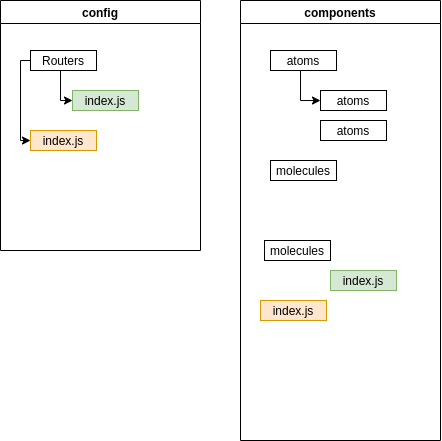
This is Flow directory project ReactJS.png from ahmadfaqih-dev/Flowchart, a draw.io export, as it was before one commit. Source tidied: cells renumbered, new cells last; positions are measured from the earlier drawing's top-left corner, leaving out a move shared by most shapes.
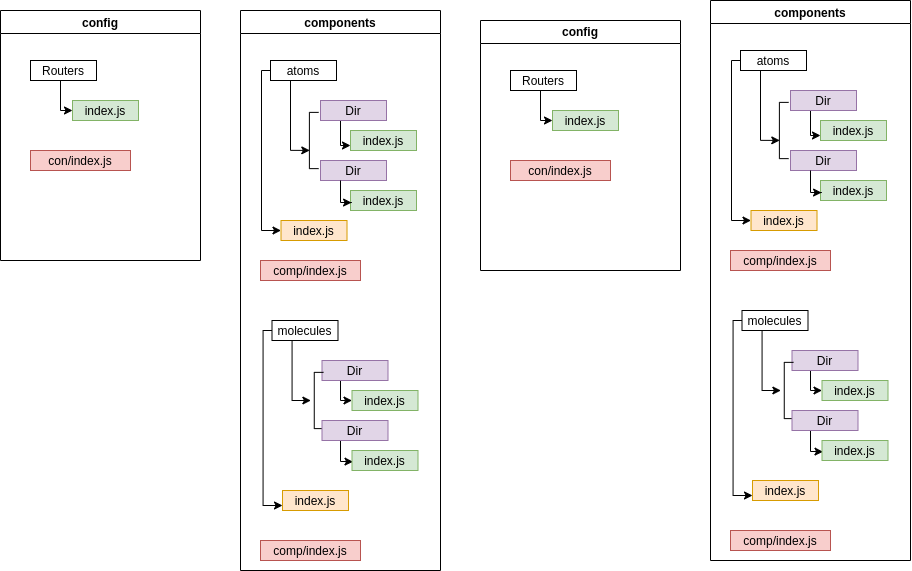
The same diagram one commit later.

Change to the diagram source:
```diff
@@ -12,54 +12,257 @@
         </Array>
       </mxGeometry>
     </mxCell>
-    <mxCell id="4" style="edgeStyle=orthogonalEdgeStyle;rounded=0;jettySize=auto;html=1;" parent="2" edge="1" source="5">
-      <mxGeometry relative="1" as="geometry">
-        <mxPoint x="30" y="140" as="targetPoint" />
-        <Array as="points">
-          <mxPoint x="20" y="60" />
-          <mxPoint x="20" y="140" />
-        </Array>
-      </mxGeometry>
-    </mxCell>
     <mxCell id="5" value="Routers" parent="2" vertex="1">
       <mxGeometry x="30" y="50" width="66" height="20" as="geometry" />
     </mxCell>
     <mxCell id="6" value="index.js" style="fillColor=#d5e8d4;strokeColor=#82b366;" parent="2" vertex="1">
       <mxGeometry x="72" y="90" width="66" height="20" as="geometry" />
     </mxCell>
-    <mxCell id="7" value="index.js" style="fillColor=#ffe6cc;strokeColor=#d79b00;" parent="2" vertex="1">
-      <mxGeometry x="30" y="130" width="66" height="20" as="geometry" />
-    </mxCell>
+    <mxCell id="17" value="con/index.js" style="fillColor=#f8cecc;strokeColor=#b85450;" parent="2" vertex="1">
+      <mxGeometry x="30" y="140" width="100" height="20" as="geometry" />
+    </mxCell>
     <mxCell id="8" value="components" style="swimlane;whiteSpace=wrap;startSize=23;align=center;" parent="1" vertex="1">
-      <mxGeometry x="240" width="200" height="440" as="geometry" />
+      <mxGeometry x="710" y="-10" width="200" height="560" as="geometry" />
     </mxCell>
-    <mxCell id="9" style="edgeStyle=orthogonalEdgeStyle;rounded=0;jettySize=auto;html=1;" parent="8" edge="1" source="10" target="14">
-      <mxGeometry relative="1" as="geometry">
-        <Array as="points">
-          <mxPoint x="60" y="100" />
-        </Array>
-      </mxGeometry>
-    </mxCell>
+    <mxCell id="18" style="edgeStyle=orthogonalEdgeStyle;rounded=0;jettySize=auto;html=1;entryX=0;entryY=0.5;entryDx=0;entryDy=0;" parent="8" edge="1" source="10" target="33">
+      <mxGeometry relative="1" as="geometry">
+        <Array as="points">
+          <mxPoint x="21" y="60" />
+          <mxPoint x="21" y="220" />
+        </Array>
+      </mxGeometry>
+    </mxCell>
     <mxCell id="10" value="atoms" parent="8" vertex="1">
       <mxGeometry x="30" y="50" width="66" height="20" as="geometry" />
     </mxCell>
-    <mxCell id="11" value="index.js" style="fillColor=#d5e8d4;strokeColor=#82b366;" parent="8" vertex="1">
-      <mxGeometry x="90" y="270" width="66" height="20" as="geometry" />
-    </mxCell>
-    <mxCell id="12" value="index.js" style="fillColor=#ffe6cc;strokeColor=#d79b00;" parent="8" vertex="1">
-      <mxGeometry x="20" y="300" width="66" height="20" as="geometry" />
-    </mxCell>
-    <mxCell id="13" value="molecules" parent="8" vertex="1">
-      <mxGeometry x="24" y="240" width="66" height="20" as="geometry" />
-    </mxCell>
+    <mxCell id="19" style="edgeStyle=orthogonalEdgeStyle;rounded=0;jettySize=auto;html=1;entryX=0;entryY=0.75;entryDx=0;entryDy=0;" parent="8" edge="1" source="14" target="21">
+      <mxGeometry relative="1" as="geometry">
+        <Array as="points">
+          <mxPoint x="100" y="135" />
+        </Array>
+      </mxGeometry>
+    </mxCell>
-    <mxCell id="14" value="atoms" parent="8" vertex="1">
+    <mxCell id="14" value="Dir" style="fillColor=#e1d5e7;strokeColor=#9673a6;" parent="8" vertex="1">
       <mxGeometry x="80" y="90" width="66" height="20" as="geometry" />
     </mxCell>
-    <mxCell id="15" value="atoms" parent="8" vertex="1">
-      <mxGeometry x="80" y="120" width="66" height="20" as="geometry" />
+    <mxCell id="15" value="Dir" style="fillColor=#e1d5e7;strokeColor=#9673a6;" parent="8" vertex="1">
+      <mxGeometry x="80" y="150" width="66" height="20" as="geometry" />
     </mxCell>
+    <mxCell id="20" style="edgeStyle=orthogonalEdgeStyle;rounded=0;jettySize=auto;html=1;entryX=0;entryY=0.75;entryDx=0;entryDy=0;" parent="8" edge="1" source="16" target="12">
+      <mxGeometry relative="1" as="geometry">
+        <Array as="points">
+          <mxPoint x="22.5" y="320" />
+          <mxPoint x="22.5" y="495" />
+        </Array>
+      </mxGeometry>
+    </mxCell>
     <mxCell id="16" value="molecules" parent="8" vertex="1">
-      <mxGeometry x="30" y="160" width="66" height="20" as="geometry" />
+      <mxGeometry x="31.5" y="310" width="66" height="20" as="geometry" />
     </mxCell>
+    <mxCell id="21" value="index.js" style="fillColor=#d5e8d4;strokeColor=#82b366;" parent="8" vertex="1">
+      <mxGeometry x="110" y="120" width="66" height="20" as="geometry" />
+    </mxCell>
+    <mxCell id="22" value="index.js" style="fillColor=#d5e8d4;strokeColor=#82b366;" parent="8" vertex="1">
+      <mxGeometry x="110" y="180" width="66" height="20" as="geometry" />
+    </mxCell>
+    <mxCell id="23" style="shape=partialRectangle;whiteSpace=wrap;html=1;bottom=1;right=1;left=1;top=0;fillColor=none;routingCenterX=-0.5;align=center;rotation=90;" parent="8" vertex="1">
+      <mxGeometry x="45.4" y="125.4" width="56.2" height="9.2" as="geometry" />
+    </mxCell>
+    <mxCell id="24" style="edgeStyle=orthogonalEdgeStyle;rounded=0;jettySize=auto;html=1;entryX=0.676;entryY=0.957;entryDx=0;entryDy=0;entryPerimeter=0;" parent="8" edge="1" source="10" target="23">
+      <mxGeometry relative="1" as="geometry">
+        <Array as="points">
+          <mxPoint x="50" y="140" />
+        </Array>
+      </mxGeometry>
+    </mxCell>
+    <mxCell id="25" style="edgeStyle=orthogonalEdgeStyle;rounded=0;jettySize=auto;html=1;" parent="8" edge="1" source="26" target="30">
+      <mxGeometry relative="1" as="geometry">
+        <Array as="points">
+          <mxPoint x="100" y="390" />
+        </Array>
+      </mxGeometry>
+    </mxCell>
+    <mxCell id="26" value="Dir" style="fillColor=#e1d5e7;strokeColor=#9673a6;" parent="8" vertex="1">
+      <mxGeometry x="81.5" y="350" width="66" height="20" as="geometry" />
+    </mxCell>
+    <mxCell id="27" style="shape=partialRectangle;whiteSpace=wrap;html=1;bottom=1;right=1;left=1;top=0;fillColor=none;routingCenterX=-0.5;align=center;rotation=90;" parent="8" vertex="1">
+      <mxGeometry x="50.3" y="385.4" width="56.2" height="9.2" as="geometry" />
+    </mxCell>
+    <mxCell id="28" style="edgeStyle=orthogonalEdgeStyle;rounded=0;jettySize=auto;html=1;entryX=0.015;entryY=0.564;entryDx=0;entryDy=0;entryPerimeter=0;" parent="8" edge="1" source="29" target="31">
+      <mxGeometry relative="1" as="geometry">
+        <Array as="points">
+          <mxPoint x="100" y="451" />
+          <mxPoint x="113" y="451" />
+        </Array>
+      </mxGeometry>
+    </mxCell>
+    <mxCell id="29" value="Dir" style="fillColor=#e1d5e7;strokeColor=#9673a6;" parent="8" vertex="1">
+      <mxGeometry x="81.5" y="410" width="66" height="20" as="geometry" />
+    </mxCell>
+    <mxCell id="30" value="index.js" style="fillColor=#d5e8d4;strokeColor=#82b366;" parent="8" vertex="1">
+      <mxGeometry x="111.5" y="380" width="66" height="20" as="geometry" />
+    </mxCell>
+    <mxCell id="31" value="index.js" style="fillColor=#d5e8d4;strokeColor=#82b366;" parent="8" vertex="1">
+      <mxGeometry x="111.5" y="440" width="66" height="20" as="geometry" />
+    </mxCell>
+    <mxCell id="32" style="edgeStyle=orthogonalEdgeStyle;rounded=0;jettySize=auto;html=1;entryX=0.5;entryY=1;entryDx=0;entryDy=0;" parent="8" edge="1" source="16">
+      <mxGeometry relative="1" as="geometry">
+        <mxPoint x="70.4" y="390" as="targetPoint" />
+        <Array as="points">
+          <mxPoint x="51.5" y="390" />
+        </Array>
+      </mxGeometry>
+    </mxCell>
+    <mxCell id="33" value="index.js" style="fillColor=#ffe6cc;strokeColor=#d79b00;" parent="8" vertex="1">
+      <mxGeometry x="40.5" y="210" width="66" height="20" as="geometry" />
+    </mxCell>
+    <mxCell id="12" value="index.js" style="fillColor=#ffe6cc;strokeColor=#d79b00;" parent="8" vertex="1">
+      <mxGeometry x="42" y="480" width="66" height="20" as="geometry" />
+    </mxCell>
+    <mxCell id="34" style="edgeStyle=orthogonalEdgeStyle;rounded=0;jettySize=auto;html=1;entryX=0.016;entryY=0.606;entryDx=0;entryDy=0;entryPerimeter=0;" parent="8" edge="1" source="15" target="22">
+      <mxGeometry relative="1" as="geometry">
+        <Array as="points">
+          <mxPoint x="100" y="192" />
+          <mxPoint x="111" y="192" />
+        </Array>
+      </mxGeometry>
+    </mxCell>
+    <mxCell id="35" value="comp/index.js" style="fillColor=#f8cecc;strokeColor=#b85450;" parent="8" vertex="1">
+      <mxGeometry x="20" y="250" width="100" height="20" as="geometry" />
+    </mxCell>
+    <mxCell id="36" value="comp/index.js" style="fillColor=#f8cecc;strokeColor=#b85450;" parent="8" vertex="1">
+      <mxGeometry x="20" y="530" width="100" height="20" as="geometry" />
+    </mxCell>
+    <mxCell id="37" value="config" style="swimlane;whiteSpace=wrap;startSize=23;align=center;" parent="1" vertex="1">
+      <mxGeometry x="480" y="10" width="200" height="250" as="geometry" />
+    </mxCell>
+    <mxCell id="38" style="edgeStyle=orthogonalEdgeStyle;rounded=0;jettySize=auto;html=1;entryX=0;entryY=0.5;entryDx=0;entryDy=0;" parent="37" edge="1" source="39" target="40">
+      <mxGeometry relative="1" as="geometry">
+        <Array as="points">
+          <mxPoint x="60" y="100" />
+        </Array>
+      </mxGeometry>
+    </mxCell>
+    <mxCell id="39" value="Routers" parent="37" vertex="1">
+      <mxGeometry x="30" y="50" width="66" height="20" as="geometry" />
+    </mxCell>
+    <mxCell id="40" value="index.js" style="fillColor=#d5e8d4;strokeColor=#82b366;" parent="37" vertex="1">
+      <mxGeometry x="72" y="90" width="66" height="20" as="geometry" />
+    </mxCell>
+    <mxCell id="41" value="con/index.js" style="fillColor=#f8cecc;strokeColor=#b85450;" parent="37" vertex="1">
+      <mxGeometry x="30" y="140" width="100" height="20" as="geometry" />
+    </mxCell>
+    <mxCell id="42" value="components" style="swimlane;whiteSpace=wrap;startSize=23;align=center;" parent="1" vertex="1">
+      <mxGeometry x="240" width="200" height="560" as="geometry" />
+    </mxCell>
+    <mxCell id="43" style="edgeStyle=orthogonalEdgeStyle;rounded=0;jettySize=auto;html=1;entryX=0;entryY=0.5;entryDx=0;entryDy=0;" parent="42" edge="1" source="44" target="61">
+      <mxGeometry relative="1" as="geometry">
+        <Array as="points">
+          <mxPoint x="21" y="60" />
+          <mxPoint x="21" y="220" />
+        </Array>
+      </mxGeometry>
+    </mxCell>
+    <mxCell id="44" value="atoms" parent="42" vertex="1">
+      <mxGeometry x="30" y="50" width="66" height="20" as="geometry" />
+    </mxCell>
+    <mxCell id="45" style="edgeStyle=orthogonalEdgeStyle;rounded=0;jettySize=auto;html=1;entryX=0;entryY=0.75;entryDx=0;entryDy=0;" parent="42" edge="1" source="46" target="49">
+      <mxGeometry relative="1" as="geometry">
+        <Array as="points">
+          <mxPoint x="100" y="135" />
+        </Array>
+      </mxGeometry>
+    </mxCell>
+    <mxCell id="46" value="Dir" style="fillColor=#e1d5e7;strokeColor=#9673a6;" parent="42" vertex="1">
+      <mxGeometry x="80" y="90" width="66" height="20" as="geometry" />
+    </mxCell>
+    <mxCell id="47" value="Dir" style="fillColor=#e1d5e7;strokeColor=#9673a6;" parent="42" vertex="1">
+      <mxGeometry x="80" y="150" width="66" height="20" as="geometry" />
+    </mxCell>
+    <mxCell id="48" style="edgeStyle=orthogonalEdgeStyle;rounded=0;jettySize=auto;html=1;entryX=0;entryY=0.75;entryDx=0;entryDy=0;" parent="42" edge="1" source="13" target="62">
+      <mxGeometry relative="1" as="geometry">
+        <Array as="points">
+          <mxPoint x="22.5" y="320" />
+          <mxPoint x="22.5" y="495" />
+        </Array>
+      </mxGeometry>
+    </mxCell>
+    <mxCell id="13" value="molecules" parent="42" vertex="1">
+      <mxGeometry x="31.5" y="310" width="66" height="20" as="geometry" />
+    </mxCell>
+    <mxCell id="49" value="index.js" style="fillColor=#d5e8d4;strokeColor=#82b366;" parent="42" vertex="1">
+      <mxGeometry x="110" y="120" width="66" height="20" as="geometry" />
+    </mxCell>
+    <mxCell id="50" value="index.js" style="fillColor=#d5e8d4;strokeColor=#82b366;" parent="42" vertex="1">
+      <mxGeometry x="110" y="180" width="66" height="20" as="geometry" />
+    </mxCell>
+    <mxCell id="51" style="shape=partialRectangle;whiteSpace=wrap;html=1;bottom=1;right=1;left=1;top=0;fillColor=none;routingCenterX=-0.5;align=center;rotation=90;" parent="42" vertex="1">
+      <mxGeometry x="45.4" y="125.4" width="56.2" height="9.2" as="geometry" />
+    </mxCell>
+    <mxCell id="52" style="edgeStyle=orthogonalEdgeStyle;rounded=0;jettySize=auto;html=1;entryX=0.676;entryY=0.957;entryDx=0;entryDy=0;entryPerimeter=0;" parent="42" edge="1" source="44" target="51">
+      <mxGeometry relative="1" as="geometry">
+        <Array as="points">
+          <mxPoint x="50" y="140" />
+        </Array>
+      </mxGeometry>
+    </mxCell>
+    <mxCell id="53" style="edgeStyle=orthogonalEdgeStyle;rounded=0;jettySize=auto;html=1;" parent="42" edge="1" source="54" target="58">
+      <mxGeometry relative="1" as="geometry">
+        <Array as="points">
+          <mxPoint x="100" y="390" />
+        </Array>
+      </mxGeometry>
+    </mxCell>
+    <mxCell id="54" value="Dir" style="fillColor=#e1d5e7;strokeColor=#9673a6;" parent="42" vertex="1">
+      <mxGeometry x="81.5" y="350" width="66" height="20" as="geometry" />
+    </mxCell>
+    <mxCell id="55" style="shape=partialRectangle;whiteSpace=wrap;html=1;bottom=1;right=1;left=1;top=0;fillColor=none;routingCenterX=-0.5;align=center;rotation=90;" parent="42" vertex="1">
+      <mxGeometry x="50.3" y="385.4" width="56.2" height="9.2" as="geometry" />
+    </mxCell>
+    <mxCell id="56" style="edgeStyle=orthogonalEdgeStyle;rounded=0;jettySize=auto;html=1;entryX=0.015;entryY=0.564;entryDx=0;entryDy=0;entryPerimeter=0;" parent="42" edge="1" source="57" target="59">
+      <mxGeometry relative="1" as="geometry">
+        <Array as="points">
+          <mxPoint x="100" y="451" />
+          <mxPoint x="113" y="451" />
+        </Array>
+      </mxGeometry>
+    </mxCell>
+    <mxCell id="57" value="Dir" style="fillColor=#e1d5e7;strokeColor=#9673a6;" parent="42" vertex="1">
+      <mxGeometry x="81.5" y="410" width="66" height="20" as="geometry" />
+    </mxCell>
+    <mxCell id="58" value="index.js" style="fillColor=#d5e8d4;strokeColor=#82b366;" parent="42" vertex="1">
+      <mxGeometry x="111.5" y="380" width="66" height="20" as="geometry" />
+    </mxCell>
+    <mxCell id="59" value="index.js" style="fillColor=#d5e8d4;strokeColor=#82b366;" parent="42" vertex="1">
+      <mxGeometry x="111.5" y="440" width="66" height="20" as="geometry" />
+    </mxCell>
+    <mxCell id="60" style="edgeStyle=orthogonalEdgeStyle;rounded=0;jettySize=auto;html=1;entryX=0.5;entryY=1;entryDx=0;entryDy=0;" parent="42" edge="1" source="13">
+      <mxGeometry relative="1" as="geometry">
+        <mxPoint x="70.4" y="390" as="targetPoint" />
+        <Array as="points">
+          <mxPoint x="51.5" y="390" />
+        </Array>
+      </mxGeometry>
+    </mxCell>
+    <mxCell id="61" value="index.js" style="fillColor=#ffe6cc;strokeColor=#d79b00;" parent="42" vertex="1">
+      <mxGeometry x="40.5" y="210" width="66" height="20" as="geometry" />
+    </mxCell>
+    <mxCell id="62" value="index.js" style="fillColor=#ffe6cc;strokeColor=#d79b00;" parent="42" vertex="1">
+      <mxGeometry x="42" y="480" width="66" height="20" as="geometry" />
+    </mxCell>
+    <mxCell id="63" style="edgeStyle=orthogonalEdgeStyle;rounded=0;jettySize=auto;html=1;entryX=0.016;entryY=0.606;entryDx=0;entryDy=0;entryPerimeter=0;" parent="42" edge="1" source="47" target="50">
+      <mxGeometry relative="1" as="geometry">
+        <Array as="points">
+          <mxPoint x="100" y="192" />
+          <mxPoint x="111" y="192" />
+        </Array>
+      </mxGeometry>
+    </mxCell>
+    <mxCell id="64" value="comp/index.js" style="fillColor=#f8cecc;strokeColor=#b85450;" parent="42" vertex="1">
+      <mxGeometry x="20" y="250" width="100" height="20" as="geometry" />
+    </mxCell>
+    <mxCell id="65" value="comp/index.js" style="fillColor=#f8cecc;strokeColor=#b85450;" parent="42" vertex="1">
+      <mxGeometry x="20" y="530" width="100" height="20" as="geometry" />
+    </mxCell>
   </root>
 </mxGraphModel>
```
